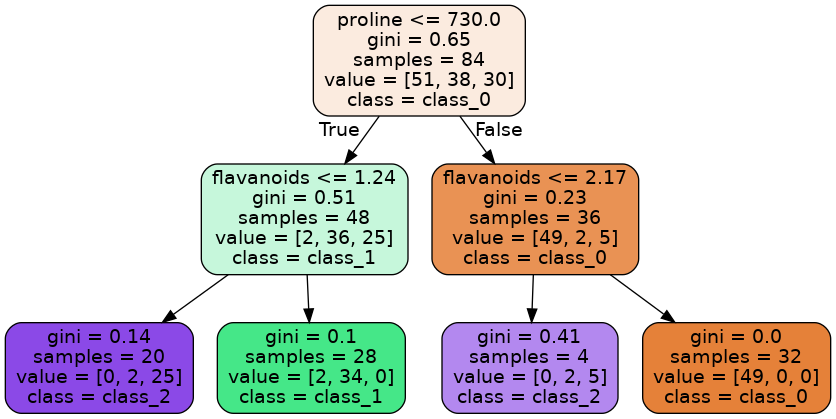
The Graphviz diagram images/tree.png in hberginc/practice-teach-Random-Forest, before a commit. Its source is kept beside it as images/tree.dot.
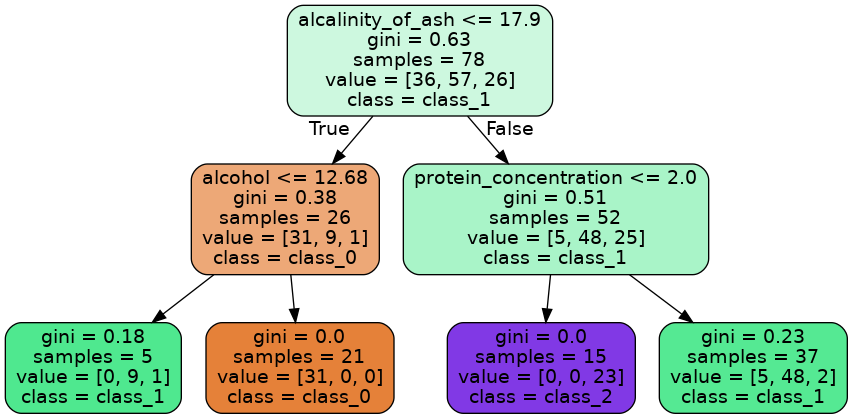
Above is the later version.

Diff of the diagram source:
```diff
@@ -1,17 +1,17 @@
 digraph Tree {
 node [shape=box, style="filled, rounded", color="black", fontname=helvetica] ;
 edge [fontname=helvetica] ;
-0 [label="proline <= 730.0\ngini = 0.65\nsamples = 84\nvalue = [51, 38, 30]\nclass = class_0", fillcolor="#fbebdf"] ;
-1 [label="flavanoids <= 1.24\ngini = 0.51\nsamples = 48\nvalue = [2, 36, 25]\nclass = class_1", fillcolor="#c6f7db"] ;
+0 [label="alcalinity_of_ash <= 17.9\ngini = 0.63\nsamples = 78\nvalue = [36, 57, 26]\nclass = class_1", fillcolor="#cdf8df"] ;
+1 [label="alcohol <= 12.68\ngini = 0.38\nsamples = 26\nvalue = [31, 9, 1]\nclass = class_0", fillcolor="#eda877"] ;
 0 -> 1 [labeldistance=2.5, labelangle=45, headlabel="True"] ;
-2 [label="gini = 0.14\nsamples = 20\nvalue = [0, 2, 25]\nclass = class_2", fillcolor="#8b49e7"] ;
+2 [label="gini = 0.18\nsamples = 5\nvalue = [0, 9, 1]\nclass = class_1", fillcolor="#4fe88f"] ;
 1 -> 2 ;
-3 [label="gini = 0.1\nsamples = 28\nvalue = [2, 34, 0]\nclass = class_1", fillcolor="#45e788"] ;
+3 [label="gini = 0.0\nsamples = 21\nvalue = [31, 0, 0]\nclass = class_0", fillcolor="#e58139"] ;
 1 -> 3 ;
-4 [label="flavanoids <= 2.17\ngini = 0.23\nsamples = 36\nvalue = [49, 2, 5]\nclass = class_0", fillcolor="#e99254"] ;
+4 [label="protein_concentration <= 2.0\ngini = 0.51\nsamples = 52\nvalue = [5, 48, 25]\nclass = class_1", fillcolor="#a9f4c8"] ;
 0 -> 4 [labeldistance=2.5, labelangle=-45, headlabel="False"] ;
-5 [label="gini = 0.41\nsamples = 4\nvalue = [0, 2, 5]\nclass = class_2", fillcolor="#b388ef"] ;
+5 [label="gini = 0.0\nsamples = 15\nvalue = [0, 0, 23]\nclass = class_2", fillcolor="#8139e5"] ;
 4 -> 5 ;
-6 [label="gini = 0.0\nsamples = 32\nvalue = [49, 0, 0]\nclass = class_0", fillcolor="#e58139"] ;
+6 [label="gini = 0.23\nsamples = 37\nvalue = [5, 48, 2]\nclass = class_1", fillcolor="#55e993"] ;
 4 -> 6 ;
 }
```
